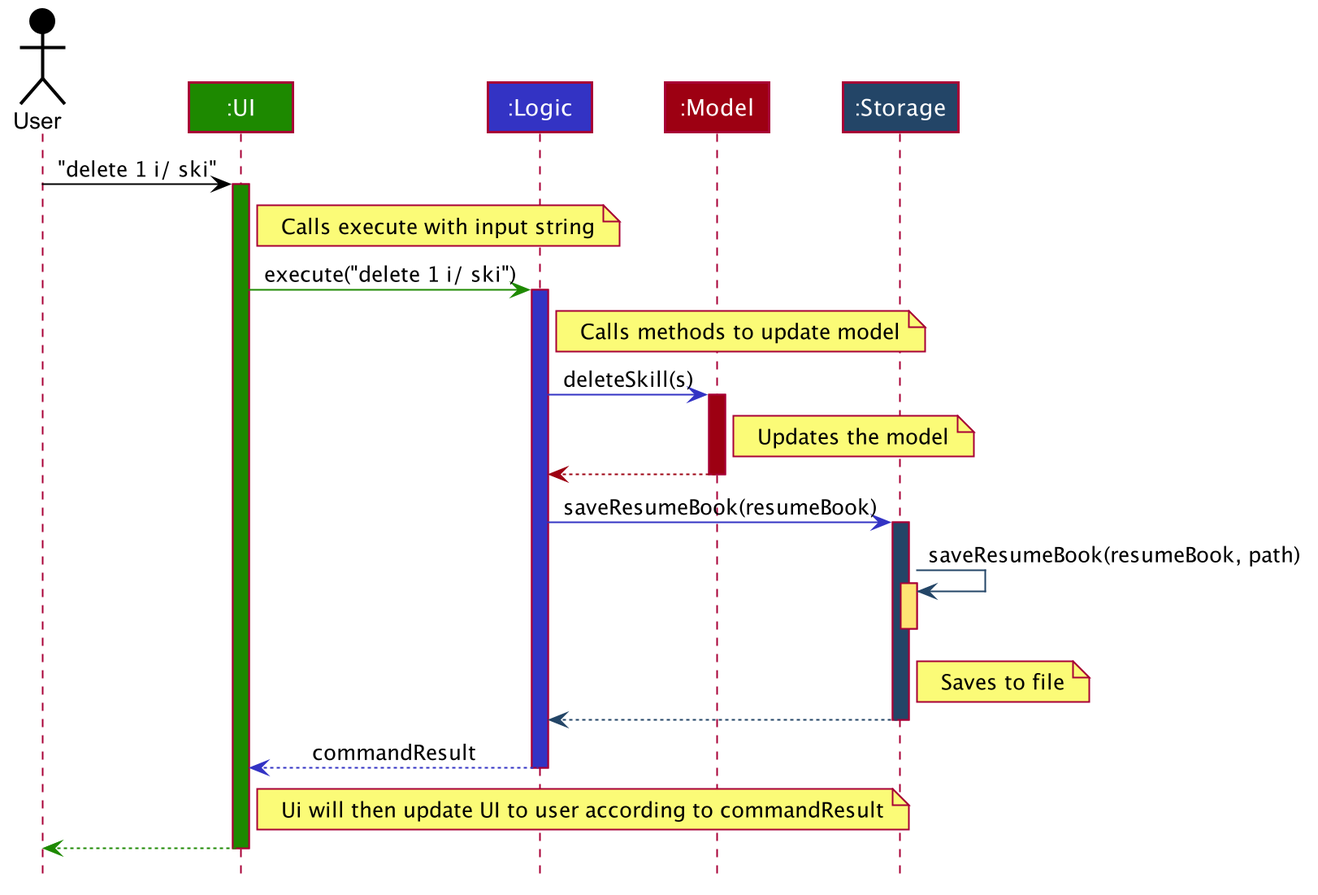
Above: docs/images/ArchitectureSequenceDiagram.png in wardetu/main (PlantUML), before the change.
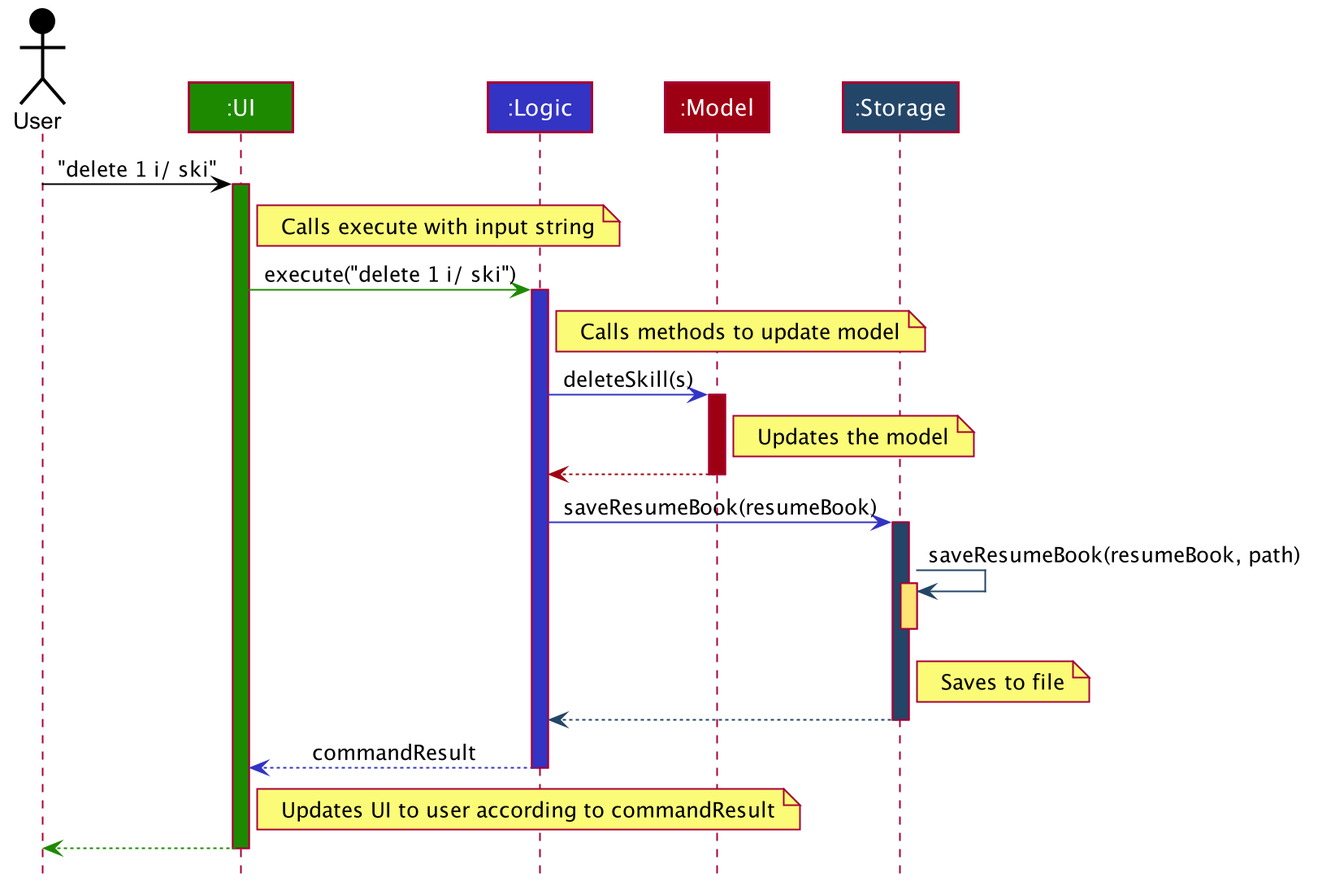
The same diagram one commit later.

Diff of the diagram source:
```diff
@@ -84,7 +84,7 @@
 logic --[#3333C4]> ui: commandResult
 deactivate logic
 
-note right of ui: Ui will then update UI to user according to commandResult
+note right of ui: Updates UI to user according to commandResult
 
 ui--[#1D8900]> user
 deactivate ui
```
